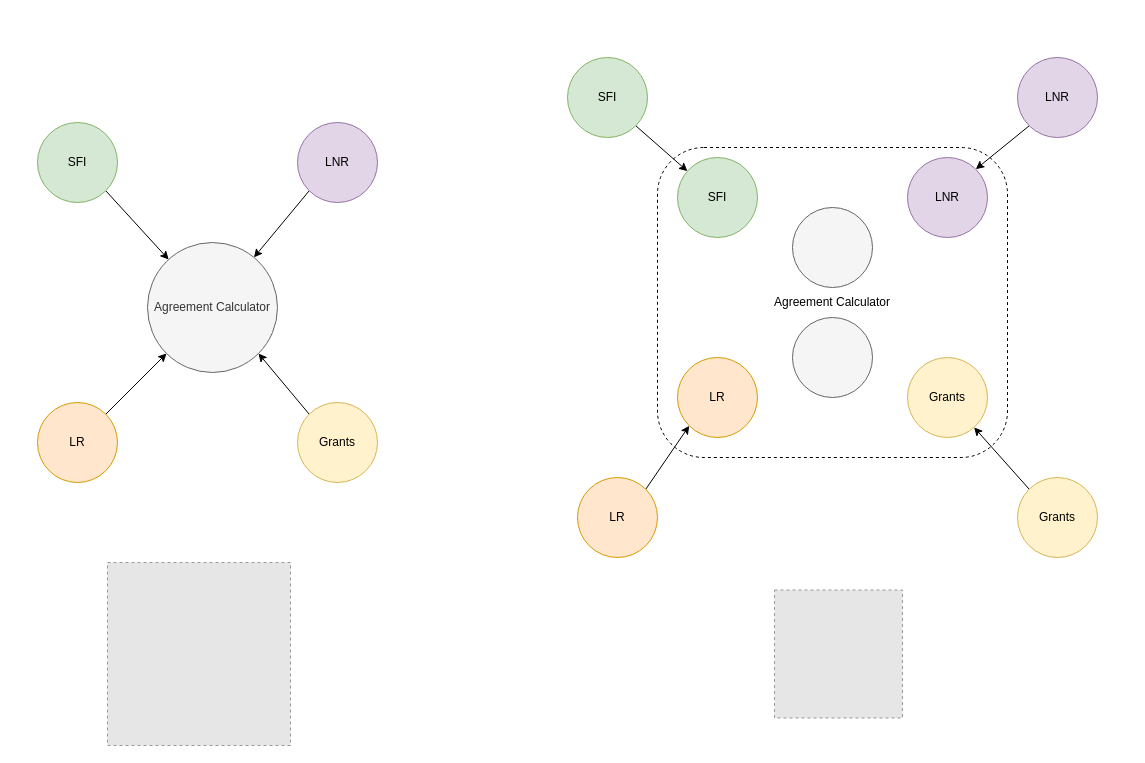
This is agreement-calculator.drawio from johnwatson484/diagrams, a draw.io file, before an edit. Source tidied: cells renumbered, new cells numbered last; positions are measured from the earlier drawing's top-left corner, leaving out a move shared by most shapes. Both pictures are drawn from the tidied source at 100%, with x=0, y=0 at pixel (37, 57). Pictures stored in the file or linked from it are replaced by grey dashed boxes.
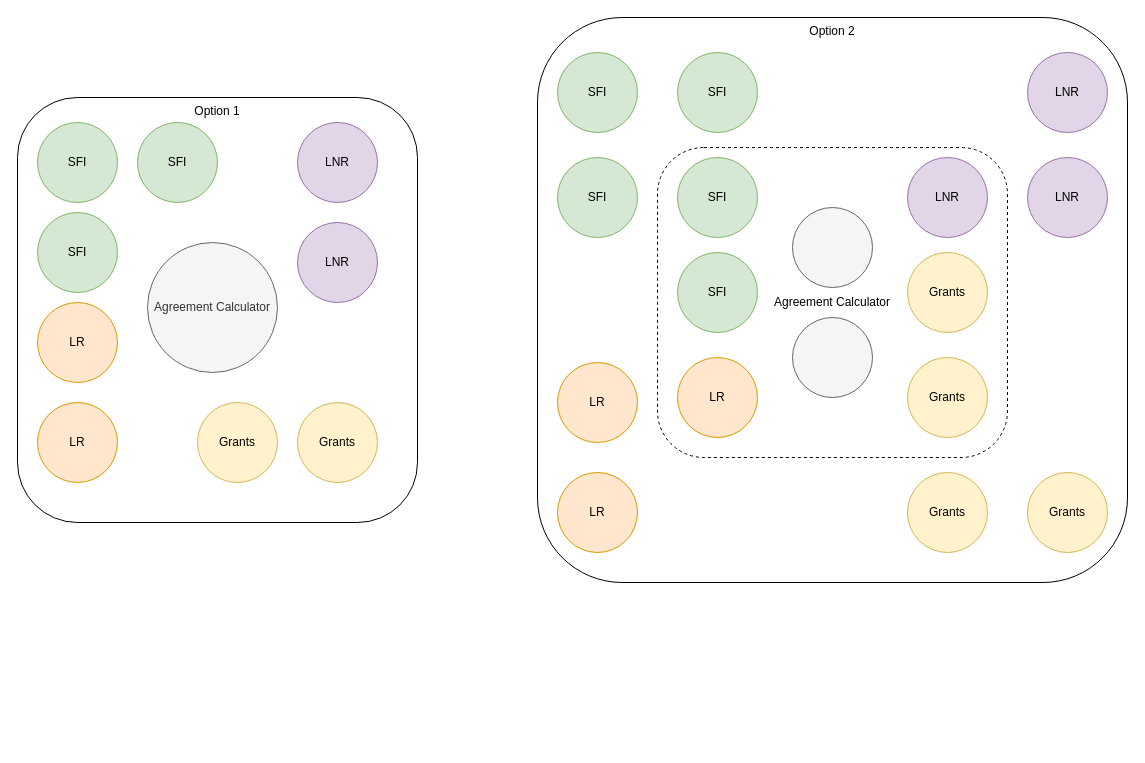
Above is the later version.

The change refers to these unchanged cells:
```xml
<mxCell id="3" value="Agreement Calculator" style="ellipse;whiteSpace=wrap;html=1;fillColor=#f5f5f5;strokeColor=#666666;fontColor=#333333;" parent="1" vertex="1">
  <mxGeometry x="110" y="185" width="130" height="130" as="geometry" />
</mxCell>
<mxCell id="5" value="SFI" style="ellipse;whiteSpace=wrap;html=1;fillColor=#d5e8d4;strokeColor=#82b366;" parent="1" vertex="1">
  <mxGeometry y="65" width="80" height="80" as="geometry" />
</mxCell>
<mxCell id="7" value="LNR" style="ellipse;whiteSpace=wrap;html=1;fillColor=#e1d5e7;strokeColor=#9673a6;" parent="1" vertex="1">
  <mxGeometry x="260" y="65" width="80" height="80" as="geometry" />
</mxCell>
<mxCell id="9" value="LR" style="ellipse;whiteSpace=wrap;html=1;fillColor=#ffe6cc;strokeColor=#d79b00;" parent="1" vertex="1">
  <mxGeometry y="345" width="80" height="80" as="geometry" />
</mxCell>
<mxCell id="11" value="Grants" style="ellipse;whiteSpace=wrap;html=1;fillColor=#fff2cc;strokeColor=#d6b656;" parent="1" vertex="1">
  <mxGeometry x="260" y="345" width="80" height="80" as="geometry" />
</mxCell>
<mxCell id="15" value="SFI" style="ellipse;whiteSpace=wrap;html=1;fillColor=#d5e8d4;strokeColor=#82b366;" parent="1" vertex="1">
  <mxGeometry x="640" y="100" width="80" height="80" as="geometry" />
</mxCell>
<mxCell id="17" value="LNR" style="ellipse;whiteSpace=wrap;html=1;fillColor=#e1d5e7;strokeColor=#9673a6;" parent="1" vertex="1">
  <mxGeometry x="870" y="100" width="80" height="80" as="geometry" />
</mxCell>
<mxCell id="20" value="Grants" style="ellipse;whiteSpace=wrap;html=1;fillColor=#fff2cc;strokeColor=#d6b656;" parent="1" vertex="1">
  <mxGeometry x="870" y="300" width="80" height="80" as="geometry" />
</mxCell>
<mxCell id="23" value="LR" style="ellipse;whiteSpace=wrap;html=1;fillColor=#ffe6cc;strokeColor=#d79b00;" parent="1" vertex="1">
  <mxGeometry x="640" y="300" width="80" height="80" as="geometry" />
</mxCell>
```

Diff of the diagram source:
```diff
@@
+    <mxCell id="28" value="Option 1" style="rounded=1;whiteSpace=wrap;html=1;fontSize=12;verticalAlign=top;" parent="1" vertex="1">
+      <mxGeometry x="-20" y="40" width="400" height="425" as="geometry" />
+    </mxCell>
+    <mxCell id="29" value="Option 2" style="rounded=1;whiteSpace=wrap;html=1;fontSize=12;verticalAlign=top;" parent="1" vertex="1">
+      <mxGeometry x="500" y="-40" width="590" height="565" as="geometry" />
+    </mxCell>
@@
-    <mxCell id="4" style="edgeStyle=none;rounded=0;jettySize=auto;html=1;exitX=1;exitY=1;exitDx=0;exitDy=0;" parent="1" edge="1" source="5" target="3">
-      <mxGeometry relative="1" as="geometry" />
-    </mxCell>
@@
-    <mxCell id="6" style="edgeStyle=none;rounded=0;jettySize=auto;html=1;exitX=0;exitY=1;exitDx=0;exitDy=0;" parent="1" edge="1" source="7" target="3">
-      <mxGeometry relative="1" as="geometry" />
-    </mxCell>
@@
-    <mxCell id="8" style="edgeStyle=none;rounded=0;jettySize=auto;html=1;exitX=1;exitY=0;exitDx=0;exitDy=0;" parent="1" edge="1" source="9" target="3">
-      <mxGeometry relative="1" as="geometry" />
-    </mxCell>
@@
-    <mxCell id="10" style="rounded=0;jettySize=auto;html=1;exitX=0;exitY=0;exitDx=0;exitDy=0;entryX=1;entryY=1;entryDx=0;entryDy=0;" parent="1" edge="1" source="11" target="3">
-      <mxGeometry relative="1" as="geometry" />
-    </mxCell>
@@
-    <mxCell id="12" style="fillColor=#E6E6E6;strokeColor=#999999;dashed=1;html=1;verticalAlign=top;verticalLabelPosition=bottom;labelBackgroundColor=#ffffff;" parent="1" vertex="1">
-      <mxGeometry x="70" y="505" width="183" height="183" as="geometry" />
-    </mxCell>
-    <mxCell id="13" style="edgeStyle=none;rounded=0;jettySize=auto;html=1;exitX=1;exitY=1;exitDx=0;exitDy=0;" parent="1" edge="1" source="14" target="15">
-      <mxGeometry relative="1" as="geometry" />
-    </mxCell>
     <mxCell id="14" value="SFI" style="ellipse;whiteSpace=wrap;html=1;fillColor=#d5e8d4;strokeColor=#82b366;" parent="1" vertex="1">
-      <mxGeometry x="530" width="80" height="80" as="geometry" />
+      <mxGeometry x="520" y="-5" width="80" height="80" as="geometry" />
     </mxCell>
@@
-    <mxCell id="18" style="edgeStyle=none;rounded=0;jettySize=auto;html=1;exitX=0;exitY=1;exitDx=0;exitDy=0;entryX=1;entryY=0;entryDx=0;entryDy=0;" parent="1" edge="1" source="19" target="17">
-      <mxGeometry relative="1" as="geometry" />
-    </mxCell>
     <mxCell id="19" value="LNR" style="ellipse;whiteSpace=wrap;html=1;fillColor=#e1d5e7;strokeColor=#9673a6;" parent="1" vertex="1">
-      <mxGeometry x="980" width="80" height="80" as="geometry" />
+      <mxGeometry x="990" y="-5" width="80" height="80" as="geometry" />
     </mxCell>
@@
-    <mxCell id="21" style="edgeStyle=none;rounded=0;jettySize=auto;html=1;exitX=0;exitY=0;exitDx=0;exitDy=0;" parent="1" edge="1" source="22" target="20">
-      <mxGeometry relative="1" as="geometry" />
-    </mxCell>
     <mxCell id="22" value="Grants" style="ellipse;whiteSpace=wrap;html=1;fillColor=#fff2cc;strokeColor=#d6b656;" parent="1" vertex="1">
-      <mxGeometry x="980" y="420" width="80" height="80" as="geometry" />
+      <mxGeometry x="990" y="415" width="80" height="80" as="geometry" />
     </mxCell>
@@
-    <mxCell id="24" style="edgeStyle=none;rounded=0;jettySize=auto;html=1;exitX=1;exitY=0;exitDx=0;exitDy=0;entryX=0;entryY=1;entryDx=0;entryDy=0;" parent="1" edge="1" source="25" target="23">
-      <mxGeometry relative="1" as="geometry" />
-    </mxCell>
     <mxCell id="25" value="LR" style="ellipse;whiteSpace=wrap;html=1;fillColor=#ffe6cc;strokeColor=#d79b00;" parent="1" vertex="1">
-      <mxGeometry x="540" y="420" width="80" height="80" as="geometry" />
+      <mxGeometry x="520" y="415" width="80" height="80" as="geometry" />
     </mxCell>
@@
-    <mxCell id="27" style="fillColor=#E6E6E6;strokeColor=#999999;dashed=1;html=1;verticalAlign=top;verticalLabelPosition=bottom;labelBackgroundColor=#ffffff;" parent="1" vertex="1">
-      <mxGeometry x="737" y="532.5" width="128" height="128" as="geometry" />
-    </mxCell>
+    <mxCell id="30" value="SFI" style="ellipse;whiteSpace=wrap;html=1;fillColor=#d5e8d4;strokeColor=#82b366;" parent="1" vertex="1">
+      <mxGeometry x="640" y="195" width="80" height="80" as="geometry" />
+    </mxCell>
+    <mxCell id="31" value="Grants" style="ellipse;whiteSpace=wrap;html=1;fillColor=#fff2cc;strokeColor=#d6b656;" parent="1" vertex="1">
+      <mxGeometry x="870" y="195" width="80" height="80" as="geometry" />
+    </mxCell>
+    <mxCell id="32" value="SFI" style="ellipse;whiteSpace=wrap;html=1;fillColor=#d5e8d4;strokeColor=#82b366;" parent="1" vertex="1">
+      <mxGeometry x="640" y="-5" width="80" height="80" as="geometry" />
+    </mxCell>
+    <mxCell id="33" value="SFI" style="ellipse;whiteSpace=wrap;html=1;fillColor=#d5e8d4;strokeColor=#82b366;" parent="1" vertex="1">
+      <mxGeometry x="520" y="100" width="80" height="80" as="geometry" />
+    </mxCell>
+    <mxCell id="34" value="LNR" style="ellipse;whiteSpace=wrap;html=1;fillColor=#e1d5e7;strokeColor=#9673a6;" parent="1" vertex="1">
+      <mxGeometry x="990" y="100" width="80" height="80" as="geometry" />
+    </mxCell>
+    <mxCell id="35" value="Grants" style="ellipse;whiteSpace=wrap;html=1;fillColor=#fff2cc;strokeColor=#d6b656;" parent="1" vertex="1">
+      <mxGeometry x="870" y="415" width="80" height="80" as="geometry" />
+    </mxCell>
+    <mxCell id="36" value="LR" style="ellipse;whiteSpace=wrap;html=1;fillColor=#ffe6cc;strokeColor=#d79b00;" parent="1" vertex="1">
+      <mxGeometry x="520" y="305" width="80" height="80" as="geometry" />
+    </mxCell>
+    <mxCell id="37" value="LR" style="ellipse;whiteSpace=wrap;html=1;fillColor=#ffe6cc;strokeColor=#d79b00;" parent="1" vertex="1">
+      <mxGeometry y="245" width="80" height="80" as="geometry" />
+    </mxCell>
+    <mxCell id="38" value="Grants" style="ellipse;whiteSpace=wrap;html=1;fillColor=#fff2cc;strokeColor=#d6b656;" parent="1" vertex="1">
+      <mxGeometry x="160" y="345" width="80" height="80" as="geometry" />
+    </mxCell>
+    <mxCell id="39" value="LNR" style="ellipse;whiteSpace=wrap;html=1;fillColor=#e1d5e7;strokeColor=#9673a6;" parent="1" vertex="1">
+      <mxGeometry x="260" y="165" width="80" height="80" as="geometry" />
+    </mxCell>
+    <mxCell id="40" value="SFI" style="ellipse;whiteSpace=wrap;html=1;fillColor=#d5e8d4;strokeColor=#82b366;" parent="1" vertex="1">
+      <mxGeometry x="100" y="65" width="80" height="80" as="geometry" />
+    </mxCell>
+    <mxCell id="41" value="SFI" style="ellipse;whiteSpace=wrap;html=1;fillColor=#d5e8d4;strokeColor=#82b366;" parent="1" vertex="1">
+      <mxGeometry y="155" width="80" height="80" as="geometry" />
+    </mxCell>
```
